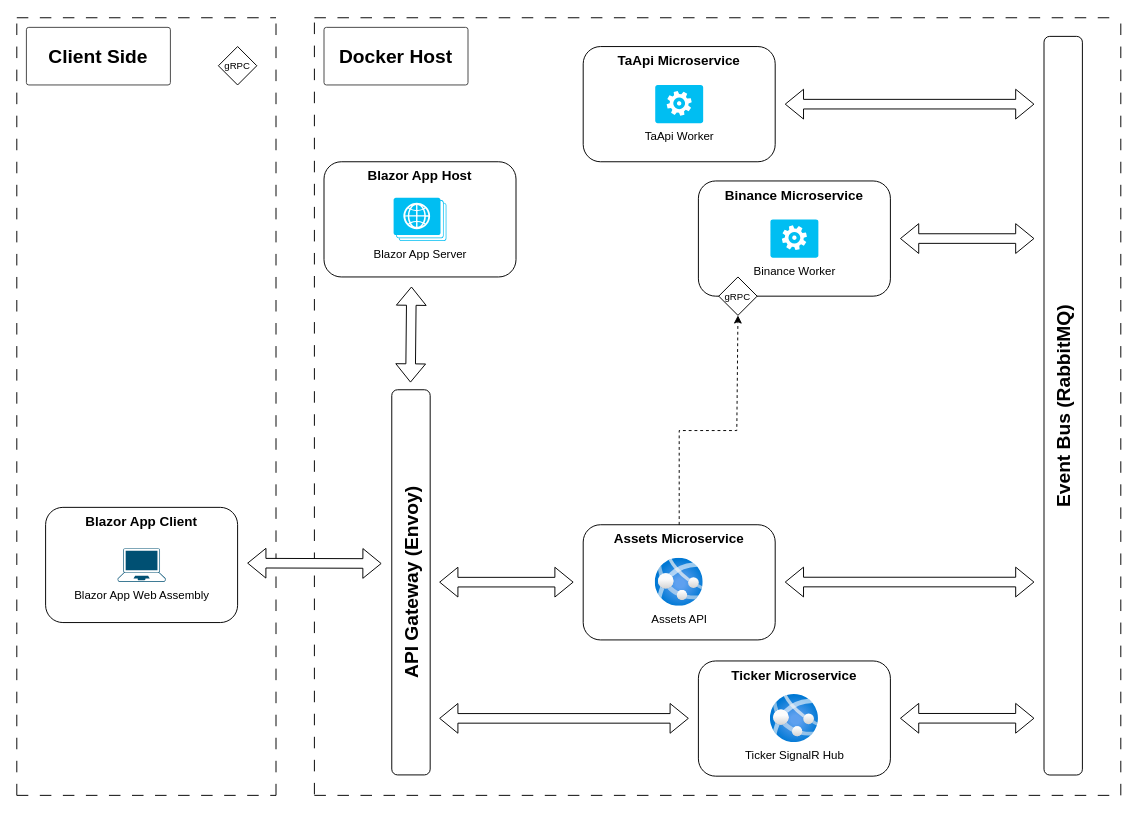
RadikSalakhov/TradingSuite keeps this draw.io diagram as docs/architecture.drawio. Above is the earlier version. Source tidied: cells renumbered, new cells numbered last; positions are measured from the earlier drawing's top-left corner, leaving out a move shared by most shapes. Both pictures are drawn from the tidied source at 96%, with x=0, y=0 at pixel (16, 16).
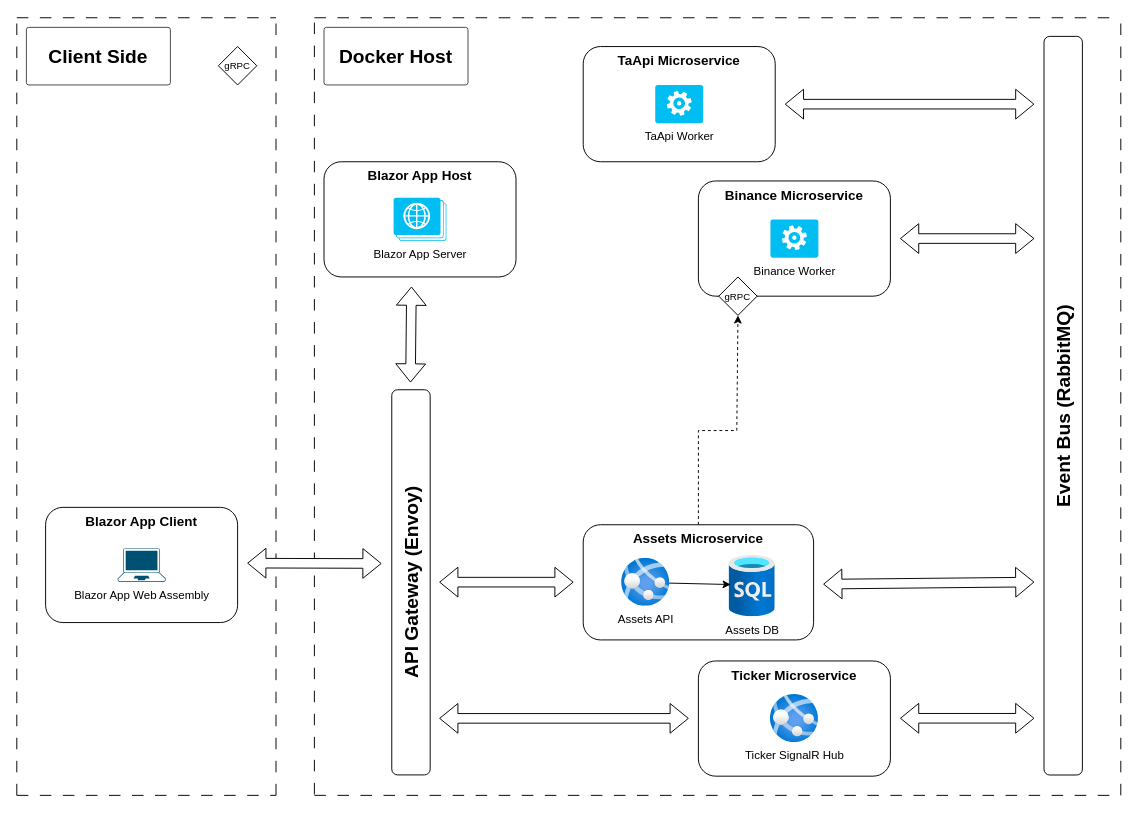
Above is the later version.

Commit message (it also covers changes not shown here):
migrate to Microservices architecture

The change refers to these unchanged cells:
```xml
<mxCell id="42" value="gRPC" style="rhombus;whiteSpace=wrap;html=1;fontSize=10;" parent="39" vertex="1">
  <mxGeometry x="21.2" y="100" width="40" height="40" as="geometry" />
</mxCell>
```

What changed in the source:
```diff
@@
-    <mxCell id="5" style="group;" parent="1" vertex="1">
-      <mxGeometry x="590" y="529.1" width="200" height="120" as="geometry" />
-    </mxCell>
-    <mxCell id="6" value="&lt;div style=&quot;font-size: 14px;&quot;&gt;&lt;span style=&quot;background-color: initial; font-size: 14px;&quot;&gt;Assets Microservice&lt;/span&gt;&lt;/div&gt;" style="rounded=1;whiteSpace=wrap;html=1;align=center;verticalAlign=top;fontStyle=1;fontSize=14;" parent="5" vertex="1">
-      <mxGeometry width="200" height="120" as="geometry" />
-    </mxCell>
-    <mxCell id="7" value="Assets API" style="image;html=1;points=[];align=center;fontSize=12;image=img/lib/azure2/compute/App_Services.svg;" parent="5" vertex="1">
-      <mxGeometry x="75" y="35" width="50" height="50" as="geometry" />
-    </mxCell>
@@
     <mxCell id="31" style="shape=flexArrow;endArrow=classic;startArrow=classic;html=1;rounded=0;fillColor=default;" parent="1" edge="1">
       <mxGeometry relative="1" as="geometry">
-        <mxPoint x="800" y="588.8" as="sourcePoint" />
+        <mxPoint x="840" y="591" as="sourcePoint" />
         <mxPoint x="1060" y="588.8" as="targetPoint" />
       </mxGeometry>
     </mxCell>
@@
     <mxCell id="38" style="endArrow=classic;html=1;rounded=0;exitX=0.5;exitY=0;exitDx=0;exitDy=0;entryX=0.5;entryY=1;entryDx=0;entryDy=0;dashed=1;" parent="1" edge="1" source="6" target="42">
       <mxGeometry relative="1" as="geometry">
         <Array as="points">
-          <mxPoint x="690" y="431" />
+          <mxPoint x="710" y="431" />
           <mxPoint x="750" y="431" />
         </Array>
       </mxGeometry>
     </mxCell>
@@
+    <mxCell id="6" value="&lt;div style=&quot;font-size: 14px;&quot;&gt;&lt;span style=&quot;background-color: initial; font-size: 14px;&quot;&gt;Assets Microservice&lt;/span&gt;&lt;/div&gt;" style="rounded=1;whiteSpace=wrap;html=1;align=center;verticalAlign=top;fontStyle=1;fontSize=14;" parent="1" vertex="1">
+      <mxGeometry x="590" y="529.1" width="240" height="120" as="geometry" />
+    </mxCell>
+    <mxCell id="43" value="Assets DB" style="image;html=1;points=[];align=center;fontSize=12;image=img/lib/azure2/databases/SQL_Database.svg;" parent="1" vertex="1">
+      <mxGeometry x="742" y="561" width="48" height="64" as="geometry" />
+    </mxCell>
+    <mxCell id="7" value="Assets API" style="image;html=1;points=[];align=center;fontSize=12;image=img/lib/azure2/compute/App_Services.svg;" parent="1" vertex="1">
+      <mxGeometry x="630" y="564.1" width="50" height="50" as="geometry" />
+    </mxCell>
+    <mxCell id="44" style="endArrow=classic;html=1;rounded=0;exitX=0.988;exitY=0.516;exitDx=0;exitDy=0;exitPerimeter=0;entryX=0.035;entryY=0.475;entryDx=0;entryDy=0;entryPerimeter=0;" parent="1" edge="1" source="7" target="43">
+      <mxGeometry relative="1" as="geometry" />
+    </mxCell>
```
